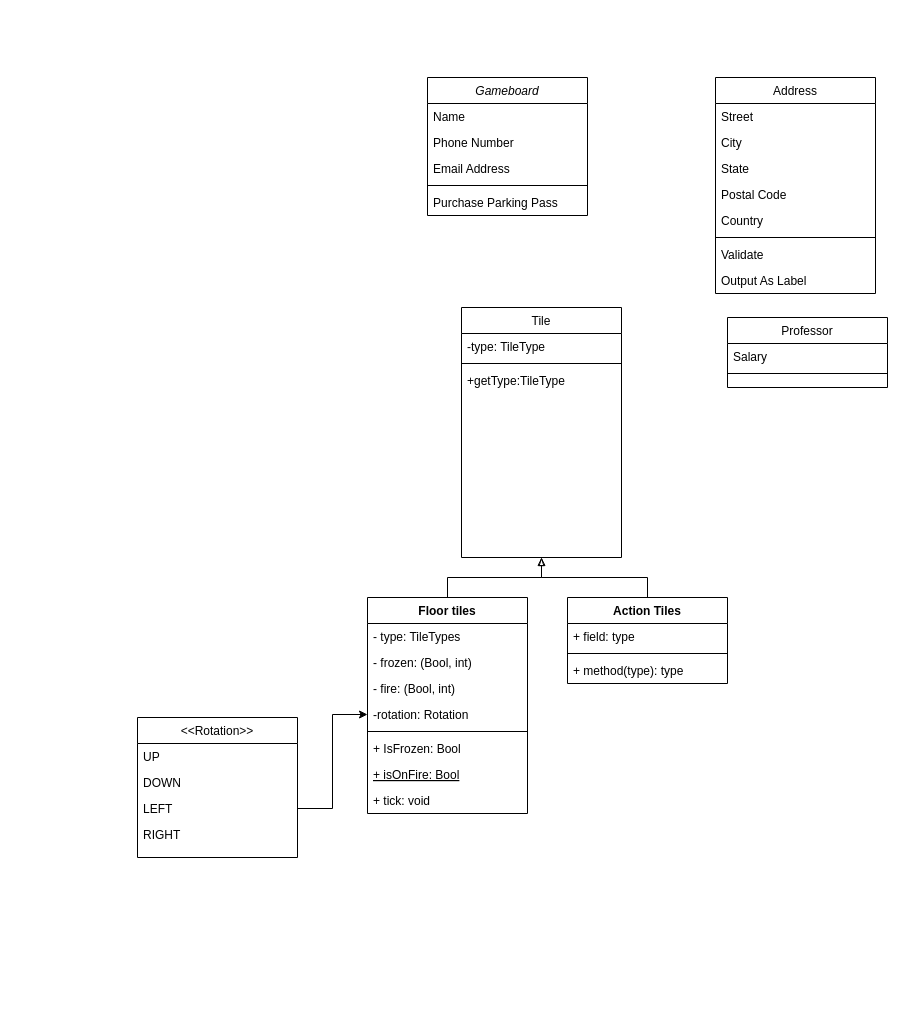
Before: A1 Specification/UML/Classes.drawio in paperclipstudio/Group14, a draw.io diagram. Source tidied: cells renumbered, new cells numbered last; positions are measured from the earlier drawing's top-left corner, leaving out a move shared by most shapes. Both pictures are drawn from the tidied source at 100%, with x=0, y=0 at pixel (137, 77).
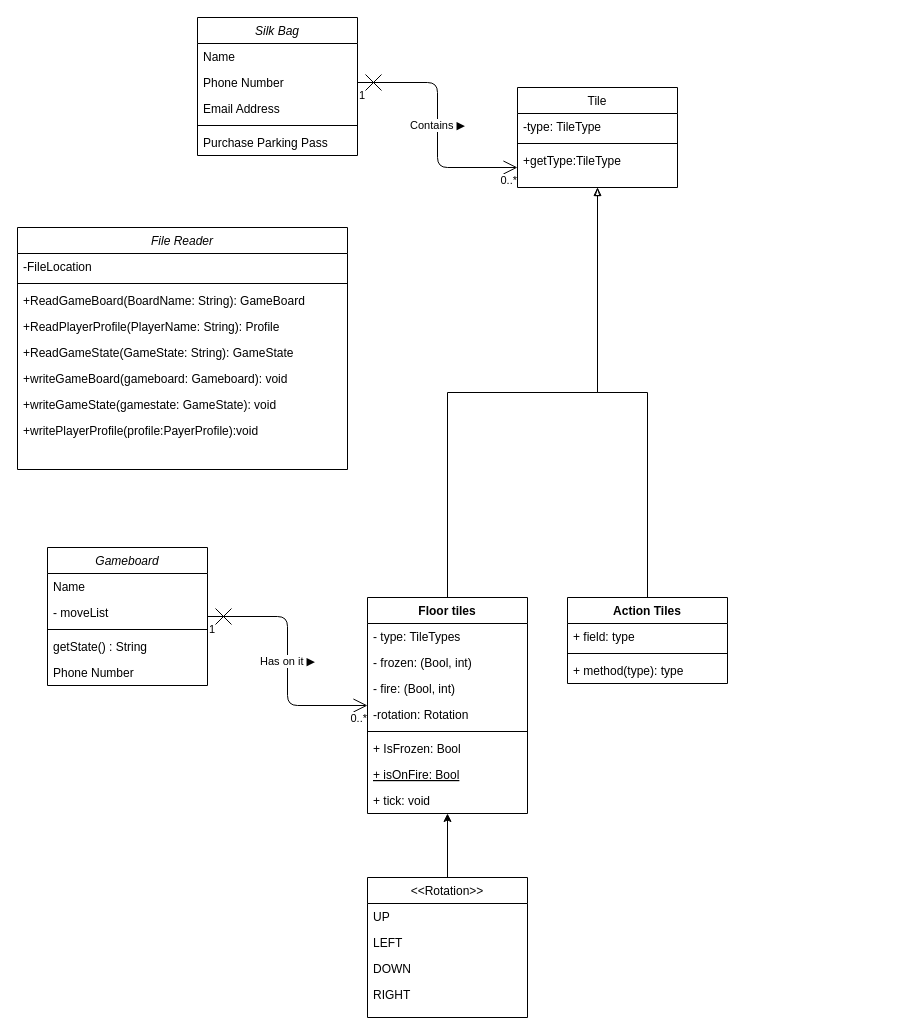
After the change.

Unchanged cells that the change refers to:
```xml
<mxCell id="30" value="Floor tiles&#10;" style="swimlane;fontStyle=1;align=center;verticalAlign=top;horizontal=1;startSize=26;" parent="1" vertex="1">
  <mxGeometry x="230" y="520" width="160" height="216" as="geometry" />
</mxCell>
<mxCell id="34" value="-rotation: Rotation" style="text;strokeColor=none;fillColor=none;align=left;verticalAlign=top;spacingLeft=4;spacingRight=4;overflow=hidden;points=[[0,0.5],[1,0.5]];portConstraint=eastwest;" parent="30" vertex="1">
  <mxGeometry y="104" width="160" height="26" as="geometry" />
</mxCell>
```

Change to the diagram source:
```diff
@@
-    <mxCell id="2" value="Gameboard&#10;" style="swimlane;fontStyle=2;align=center;verticalAlign=top;horizontal=1;startSize=26;rounded=0;shadow=0;strokeWidth=1;" parent="1" vertex="1">
-      <mxGeometry x="290" width="160" height="138" as="geometry" />
-    </mxCell>
-    <mxCell id="3" value="Name" style="text;align=left;verticalAlign=top;spacingLeft=4;spacingRight=4;overflow=hidden;" parent="2" vertex="1">
-      <mxGeometry y="26" width="160" height="26" as="geometry" />
-    </mxCell>
-    <mxCell id="4" value="Phone Number" style="text;align=left;verticalAlign=top;spacingLeft=4;spacingRight=4;overflow=hidden;rounded=0;shadow=0;html=0;" parent="2" vertex="1">
-      <mxGeometry y="52" width="160" height="26" as="geometry" />
-    </mxCell>
-    <mxCell id="5" value="Email Address" style="text;align=left;verticalAlign=top;spacingLeft=4;spacingRight=4;overflow=hidden;rounded=0;shadow=0;html=0;" parent="2" vertex="1">
-      <mxGeometry y="78" width="160" height="26" as="geometry" />
-    </mxCell>
-    <mxCell id="6" style="line;html=1;strokeWidth=1;align=left;verticalAlign=middle;spacingTop=-1;spacingLeft=3;spacingRight=3;labelPosition=right;" parent="2" vertex="1">
-      <mxGeometry y="104" width="160" height="8" as="geometry" />
-    </mxCell>
-    <mxCell id="7" value="Purchase Parking Pass" style="text;align=left;verticalAlign=top;spacingLeft=4;spacingRight=4;overflow=hidden;" parent="2" vertex="1">
-      <mxGeometry y="112" width="160" height="26" as="geometry" />
-    </mxCell>
-    <mxCell id="8" value="Address" style="swimlane;fontStyle=0;align=center;verticalAlign=top;horizontal=1;startSize=26;rounded=0;shadow=0;strokeWidth=1;" parent="1" vertex="1">
-      <mxGeometry x="578" width="160" height="216" as="geometry" />
-    </mxCell>
-    <mxCell id="9" value="Street" style="text;align=left;verticalAlign=top;spacingLeft=4;spacingRight=4;overflow=hidden;" parent="8" vertex="1">
-      <mxGeometry y="26" width="160" height="26" as="geometry" />
-    </mxCell>
-    <mxCell id="10" value="City" style="text;align=left;verticalAlign=top;spacingLeft=4;spacingRight=4;overflow=hidden;rounded=0;shadow=0;html=0;" parent="8" vertex="1">
-      <mxGeometry y="52" width="160" height="26" as="geometry" />
-    </mxCell>
-    <mxCell id="11" value="State" style="text;align=left;verticalAlign=top;spacingLeft=4;spacingRight=4;overflow=hidden;rounded=0;shadow=0;html=0;" parent="8" vertex="1">
-      <mxGeometry y="78" width="160" height="26" as="geometry" />
-    </mxCell>
-    <mxCell id="12" value="Postal Code" style="text;align=left;verticalAlign=top;spacingLeft=4;spacingRight=4;overflow=hidden;rounded=0;shadow=0;html=0;" parent="8" vertex="1">
-      <mxGeometry y="104" width="160" height="26" as="geometry" />
-    </mxCell>
-    <mxCell id="13" value="Country" style="text;align=left;verticalAlign=top;spacingLeft=4;spacingRight=4;overflow=hidden;rounded=0;shadow=0;html=0;" parent="8" vertex="1">
-      <mxGeometry y="130" width="160" height="26" as="geometry" />
-    </mxCell>
-    <mxCell id="14" style="line;html=1;strokeWidth=1;align=left;verticalAlign=middle;spacingTop=-1;spacingLeft=3;spacingRight=3;labelPosition=right;" parent="8" vertex="1">
-      <mxGeometry y="156" width="160" height="8" as="geometry" />
-    </mxCell>
-    <mxCell id="15" value="Validate" style="text;align=left;verticalAlign=top;spacingLeft=4;spacingRight=4;overflow=hidden;" parent="8" vertex="1">
-      <mxGeometry y="164" width="160" height="26" as="geometry" />
-    </mxCell>
-    <mxCell id="16" value="Output As Label" style="text;align=left;verticalAlign=top;spacingLeft=4;spacingRight=4;overflow=hidden;" parent="8" vertex="1">
-      <mxGeometry y="190" width="160" height="26" as="geometry" />
-    </mxCell>
-    <mxCell id="17" value="Professor" style="swimlane;fontStyle=0;align=center;verticalAlign=top;horizontal=1;startSize=26;rounded=0;shadow=0;strokeWidth=1;" parent="1" vertex="1">
-      <mxGeometry x="590" y="240" width="160" height="70" as="geometry" />
-    </mxCell>
-    <mxCell id="18" value="Salary" style="text;align=left;verticalAlign=top;spacingLeft=4;spacingRight=4;overflow=hidden;" parent="17" vertex="1">
-      <mxGeometry y="26" width="160" height="26" as="geometry" />
-    </mxCell>
-    <mxCell id="19" style="line;html=1;strokeWidth=1;align=left;verticalAlign=middle;spacingTop=-1;spacingLeft=3;spacingRight=3;labelPosition=right;" parent="17" vertex="1">
-      <mxGeometry y="52" width="160" height="8" as="geometry" />
-    </mxCell>
+    <mxCell id="45" value="Silk Bag" style="swimlane;fontStyle=2;align=center;verticalAlign=top;horizontal=1;startSize=26;rounded=0;shadow=0;strokeWidth=1;" parent="1" vertex="1">
+      <mxGeometry x="60" y="-60" width="160" height="138" as="geometry" />
+    </mxCell>
+    <mxCell id="46" value="Name" style="text;align=left;verticalAlign=top;spacingLeft=4;spacingRight=4;overflow=hidden;" parent="45" vertex="1">
+      <mxGeometry y="26" width="160" height="26" as="geometry" />
+    </mxCell>
+    <mxCell id="47" value="Phone Number" style="text;align=left;verticalAlign=top;spacingLeft=4;spacingRight=4;overflow=hidden;points=[[0,0.5],[1,0.5]];portConstraint=eastwest;rounded=0;shadow=0;html=0;" parent="45" vertex="1">
+      <mxGeometry y="52" width="160" height="26" as="geometry" />
+    </mxCell>
+    <mxCell id="48" value="Email Address" style="text;align=left;verticalAlign=top;spacingLeft=4;spacingRight=4;overflow=hidden;rounded=0;shadow=0;html=0;" parent="45" vertex="1">
+      <mxGeometry y="78" width="160" height="26" as="geometry" />
+    </mxCell>
+    <mxCell id="49" style="line;html=1;strokeWidth=1;align=left;verticalAlign=middle;spacingTop=-1;spacingLeft=3;spacingRight=3;labelPosition=right;" parent="45" vertex="1">
+      <mxGeometry y="104" width="160" height="8" as="geometry" />
+    </mxCell>
+    <mxCell id="50" value="Purchase Parking Pass" style="text;align=left;verticalAlign=top;spacingLeft=4;spacingRight=4;overflow=hidden;" parent="45" vertex="1">
+      <mxGeometry y="112" width="160" height="26" as="geometry" />
+    </mxCell>
+    <mxCell id="26" value="Tile" style="swimlane;fontStyle=0;align=center;verticalAlign=top;horizontal=1;startSize=26;rounded=0;shadow=0;strokeWidth=1;" parent="1" vertex="1">
+      <mxGeometry x="380" y="10" width="160" height="100" as="geometry" />
+    </mxCell>
+    <mxCell id="27" value="-type: TileType" style="text;align=left;verticalAlign=top;spacingLeft=4;spacingRight=4;overflow=hidden;" parent="26" vertex="1">
+      <mxGeometry y="26" width="160" height="26" as="geometry" />
+    </mxCell>
+    <mxCell id="28" style="line;html=1;strokeWidth=1;align=left;verticalAlign=middle;spacingTop=-1;spacingLeft=3;spacingRight=3;labelPosition=right;" parent="26" vertex="1">
+      <mxGeometry y="52" width="160" height="8" as="geometry" />
+    </mxCell>
+    <mxCell id="29" value="+getType:TileType" style="text;align=left;verticalAlign=top;spacingLeft=4;spacingRight=4;overflow=hidden;" parent="26" vertex="1">
+      <mxGeometry y="60" width="160" height="26" as="geometry" />
+    </mxCell>
@@
-    <mxCell id="26" value="Tile" style="swimlane;fontStyle=0;align=center;verticalAlign=top;horizontal=1;startSize=26;rounded=0;shadow=0;strokeWidth=1;" parent="1" vertex="1">
-      <mxGeometry x="324" y="230" width="160" height="250" as="geometry" />
-    </mxCell>
-    <mxCell id="27" value="-type: TileType" style="text;align=left;verticalAlign=top;spacingLeft=4;spacingRight=4;overflow=hidden;" parent="26" vertex="1">
-      <mxGeometry y="26" width="160" height="26" as="geometry" />
-    </mxCell>
-    <mxCell id="28" style="line;html=1;strokeWidth=1;align=left;verticalAlign=middle;spacingTop=-1;spacingLeft=3;spacingRight=3;labelPosition=right;" parent="26" vertex="1">
-      <mxGeometry y="52" width="160" height="8" as="geometry" />
-    </mxCell>
-    <mxCell id="29" value="+getType:TileType" style="text;align=left;verticalAlign=top;spacingLeft=4;spacingRight=4;overflow=hidden;" parent="26" vertex="1">
-      <mxGeometry y="60" width="160" height="26" as="geometry" />
-    </mxCell>
@@
-    <mxCell id="39" style="edgeStyle=orthogonalEdgeStyle;rounded=0;jettySize=auto;html=1;" parent="1" edge="1" source="43" target="34">
+    <mxCell id="39" style="edgeStyle=orthogonalEdgeStyle;rounded=0;jettySize=auto;html=1;" parent="1" edge="1" source="40" target="30">
       <mxGeometry relative="1" as="geometry" />
     </mxCell>
+    <mxCell id="51" value="Contains ▶" style="endArrow=open;html=1;endSize=12;startArrow=cross;startSize=14;startFill=0;edgeStyle=orthogonalEdgeStyle;exitX=1;exitY=0.5;exitDx=0;exitDy=0;" parent="1" edge="1" source="47" target="26">
+      <mxGeometry relative="1" as="geometry">
+        <Array as="points">
+          <mxPoint x="300" y="5" />
+          <mxPoint x="300" y="90" />
+        </Array>
+      </mxGeometry>
+    </mxCell>
+    <mxCell id="52" value="1" style="edgeLabel;html=1;align=left;verticalAlign=top;" parent="51" vertex="1">
+      <mxGeometry x="-1" relative="1" as="geometry" />
+    </mxCell>
+    <mxCell id="53" value="0..*" style="edgeLabel;html=1;align=right;verticalAlign=top;" parent="51" vertex="1">
+      <mxGeometry x="1" relative="1" as="geometry" />
+    </mxCell>
+    <mxCell id="54" value="Has on it ▶" style="endArrow=open;html=1;endSize=12;startArrow=cross;startSize=14;startFill=0;edgeStyle=orthogonalEdgeStyle;" parent="1" edge="1" source="2" target="30">
+      <mxGeometry relative="1" as="geometry" />
+    </mxCell>
+    <mxCell id="55" value="1" style="edgeLabel;html=1;align=left;verticalAlign=top;" parent="54" vertex="1">
+      <mxGeometry x="-1" relative="1" as="geometry" />
+    </mxCell>
+    <mxCell id="56" value="0..*" style="edgeLabel;html=1;align=right;verticalAlign=top;" parent="54" vertex="1">
+      <mxGeometry x="1" relative="1" as="geometry" />
+    </mxCell>
+    <mxCell id="57" value="File Reader" style="swimlane;fontStyle=2;align=center;verticalAlign=top;horizontal=1;startSize=26;rounded=0;shadow=0;strokeWidth=1;" parent="1" vertex="1">
+      <mxGeometry x="-120" y="150" width="330" height="242" as="geometry" />
+    </mxCell>
+    <mxCell id="58" value="-FileLocation" style="text;align=left;verticalAlign=top;spacingLeft=4;spacingRight=4;overflow=hidden;" parent="57" vertex="1">
+      <mxGeometry y="26" width="330" height="26" as="geometry" />
+    </mxCell>
+    <mxCell id="59" style="line;html=1;strokeWidth=1;align=left;verticalAlign=middle;spacingTop=-1;spacingLeft=3;spacingRight=3;labelPosition=right;" parent="57" vertex="1">
+      <mxGeometry y="52" width="330" height="8" as="geometry" />
+    </mxCell>
+    <mxCell id="60" value="+ReadGameBoard(BoardName: String): GameBoard" style="text;align=left;verticalAlign=top;spacingLeft=4;spacingRight=4;overflow=hidden;" parent="57" vertex="1">
+      <mxGeometry y="60" width="330" height="26" as="geometry" />
+    </mxCell>
+    <mxCell id="61" value="+ReadPlayerProfile(PlayerName: String): Profile" style="text;align=left;verticalAlign=top;spacingLeft=4;spacingRight=4;overflow=hidden;rounded=0;shadow=0;html=0;" parent="57" vertex="1">
+      <mxGeometry y="86" width="330" height="26" as="geometry" />
+    </mxCell>
+    <mxCell id="62" value="+ReadGameState(GameState: String): GameState" style="text;align=left;verticalAlign=top;spacingLeft=4;spacingRight=4;overflow=hidden;rounded=0;shadow=0;html=0;" parent="57" vertex="1">
+      <mxGeometry y="112" width="330" height="26" as="geometry" />
+    </mxCell>
+    <mxCell id="63" value="+writeGameBoard(gameboard: Gameboard): void" style="text;align=left;verticalAlign=top;spacingLeft=4;spacingRight=4;overflow=hidden;rounded=0;shadow=0;html=0;" parent="57" vertex="1">
+      <mxGeometry y="138" width="330" height="26" as="geometry" />
+    </mxCell>
+    <mxCell id="64" value="+writeGameState(gamestate: GameState): void" style="text;align=left;verticalAlign=top;spacingLeft=4;spacingRight=4;overflow=hidden;rounded=0;shadow=0;html=0;" parent="57" vertex="1">
+      <mxGeometry y="164" width="330" height="26" as="geometry" />
+    </mxCell>
+    <mxCell id="65" value="+writePlayerProfile(profile:PayerProfile):void" style="text;align=left;verticalAlign=top;spacingLeft=4;spacingRight=4;overflow=hidden;rounded=0;shadow=0;html=0;" parent="57" vertex="1">
+      <mxGeometry y="190" width="330" height="26" as="geometry" />
+    </mxCell>
     <mxCell id="40" value="&lt;&lt;Rotation&gt;&gt;" style="swimlane;fontStyle=0;align=center;verticalAlign=top;horizontal=1;startSize=26;rounded=0;shadow=0;strokeWidth=1;" parent="1" vertex="1">
-      <mxGeometry y="640" width="160" height="140" as="geometry" />
+      <mxGeometry x="230" y="800" width="160" height="140" as="geometry" />
     </mxCell>
@@
+    <mxCell id="43" value="LEFT" style="text;strokeColor=none;fillColor=none;align=left;verticalAlign=top;spacingLeft=4;spacingRight=4;overflow=hidden;points=[[0,0.5],[1,0.5]];portConstraint=eastwest;" parent="40" vertex="1">
+      <mxGeometry y="52" width="160" height="26" as="geometry" />
+    </mxCell>
     <mxCell id="42" value="DOWN" style="text;strokeColor=none;fillColor=none;align=left;verticalAlign=top;spacingLeft=4;spacingRight=4;overflow=hidden;" parent="40" vertex="1">
-      <mxGeometry y="52" width="160" height="26" as="geometry" />
+      <mxGeometry y="78" width="160" height="26" as="geometry" />
     </mxCell>
-    <mxCell id="43" value="LEFT" style="text;strokeColor=none;fillColor=none;align=left;verticalAlign=top;spacingLeft=4;spacingRight=4;overflow=hidden;points=[[0,0.5],[1,0.5]];portConstraint=eastwest;" parent="40" vertex="1">
-      <mxGeometry y="78" width="160" height="26" as="geometry" />
-    </mxCell>
@@
+    <mxCell id="2" value="Gameboard&#10;" style="swimlane;fontStyle=2;align=center;verticalAlign=top;horizontal=1;startSize=26;rounded=0;shadow=0;strokeWidth=1;" parent="1" vertex="1">
+      <mxGeometry x="-90" y="470" width="160" height="138" as="geometry" />
+    </mxCell>
+    <mxCell id="3" value="Name" style="text;align=left;verticalAlign=top;spacingLeft=4;spacingRight=4;overflow=hidden;" parent="2" vertex="1">
+      <mxGeometry y="26" width="160" height="26" as="geometry" />
+    </mxCell>
+    <mxCell id="5" value="- moveList" style="text;align=left;verticalAlign=top;spacingLeft=4;spacingRight=4;overflow=hidden;rounded=0;shadow=0;html=0;" parent="2" vertex="1">
+      <mxGeometry y="52" width="160" height="26" as="geometry" />
+    </mxCell>
+    <mxCell id="6" style="line;html=1;strokeWidth=1;align=left;verticalAlign=middle;spacingTop=-1;spacingLeft=3;spacingRight=3;labelPosition=right;" parent="2" vertex="1">
+      <mxGeometry y="78" width="160" height="8" as="geometry" />
+    </mxCell>
+    <mxCell id="7" value="getState() : String" style="text;align=left;verticalAlign=top;spacingLeft=4;spacingRight=4;overflow=hidden;" parent="2" vertex="1">
+      <mxGeometry y="86" width="160" height="26" as="geometry" />
+    </mxCell>
+    <mxCell id="4" value="Phone Number" style="text;align=left;verticalAlign=top;spacingLeft=4;spacingRight=4;overflow=hidden;rounded=0;shadow=0;html=0;" parent="2" vertex="1">
+      <mxGeometry y="112" width="160" height="26" as="geometry" />
+    </mxCell>
```
